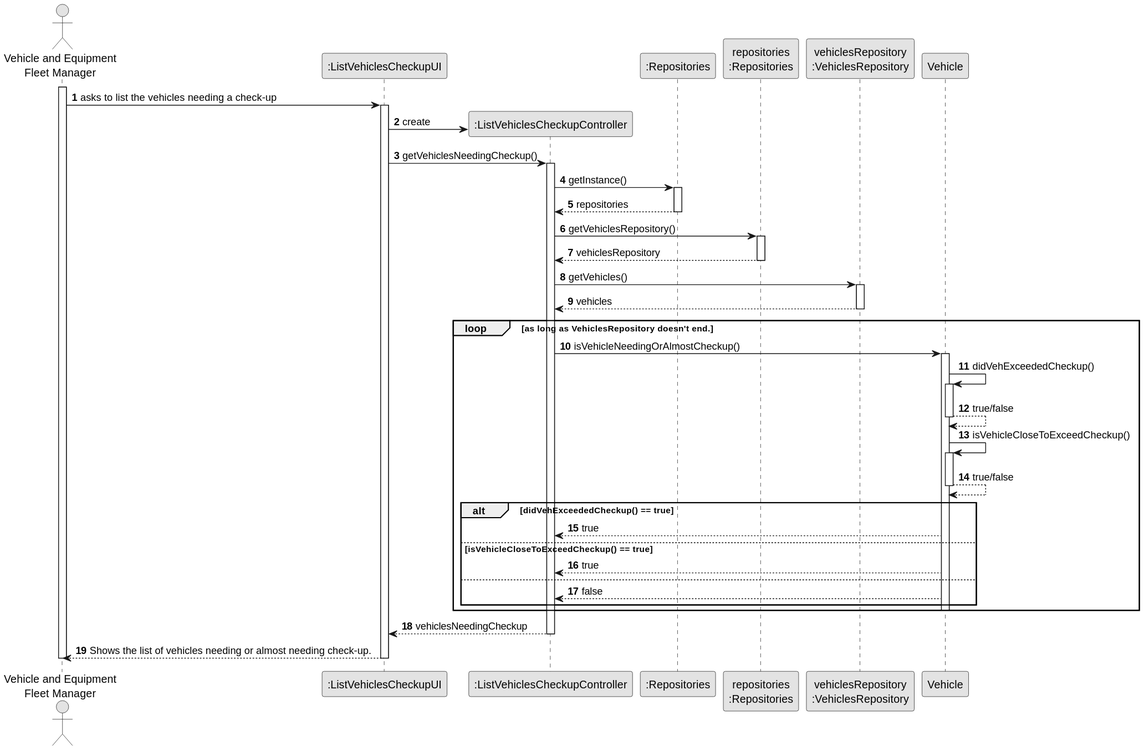
Before: docs/sprint2/us008/03.design/svg/us008-sequence-diagram-full.svg, a diagram exported from PlantUML (1231360-ISEP/lei-24-s2-1db-g021). Source of this version:
```plantuml
@startuml
skinparam monochrome true
skinparam packageStyle rectangle
skinparam shadowing false

autonumber

actor "Vehicle and Equipment\nFleet Manager" as ADM
participant ":ListVehiclesCheckupUI" as UI
participant ":ListVehiclesCheckupController" as CTRL
participant ":Repositories" as RepositorySingleton
participant "repositories\n:Repositories" as PLAT
participant "vehiclesRepository\n:VehiclesRepository" as VehRepo
participant "Vehicle" as Veh

activate ADM
    ADM -> UI : asks to list the vehicles needing a check-up

    activate UI
        UI -> CTRL** : create
        UI -> CTRL : getVehiclesNeedingCheckup()

        activate CTRL

            CTRL -> RepositorySingleton : getInstance()

            activate RepositorySingleton
                RepositorySingleton --> CTRL: repositories
            deactivate RepositorySingleton

            CTRL -> PLAT : getVehiclesRepository()

            activate PLAT
                PLAT --> CTRL: vehiclesRepository
            deactivate PLAT

            CTRL -> VehRepo : getVehicles()

            activate VehRepo
                VehRepo --> CTRL : vehicles
            deactivate VehRepo

            loop as long as VehiclesRepository doesn't end.

                CTRL -> Veh : isVehicleNeedingOrAlmostCheckup()

                activate Veh

                    Veh -> Veh : didVehExceededCheckup()
                    activate Veh
                        Veh --> Veh : true/false
                    deactivate Veh

                    Veh -> Veh : isVehicleCloseToExceedCheckup()

                    activate Veh
                        Veh --> Veh : true/false
                    deactivate Veh

                    alt didVehExceededCheckup() == true
                        Veh --> CTRL : true
                    else isVehicleCloseToExceedCheckup() == true
                        Veh --> CTRL : true
                    else
                        Veh --> CTRL : false
                    end

                deactivate Veh

            end

            CTRL --> UI : vehiclesNeedingCheckup
        deactivate CTRL

        UI --> ADM : Shows the list of vehicles needing or almost needing check-up.
    deactivate UI

deactivate ADM
@enduml
```
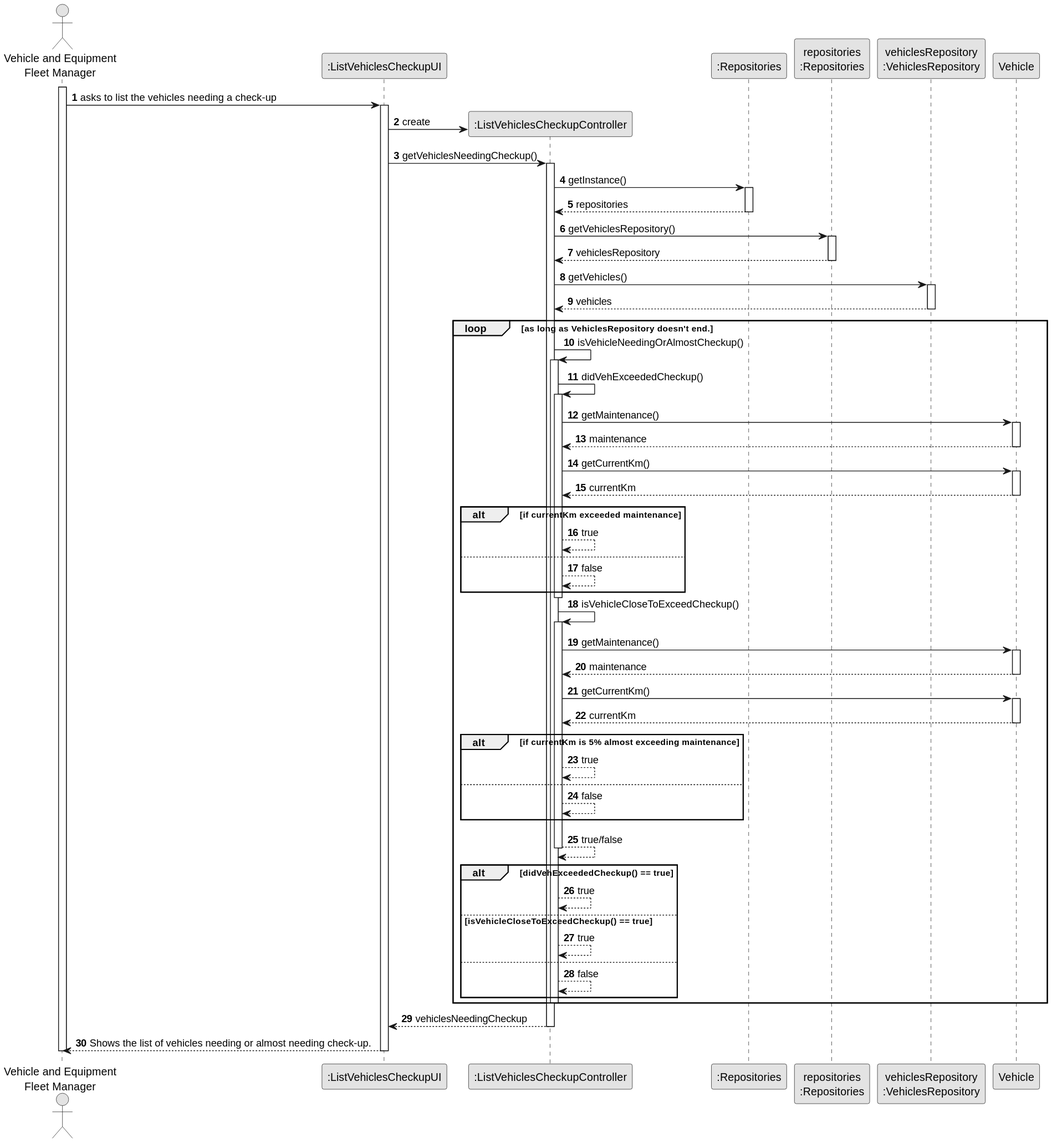
Above is the later version.

Commit message:
US004 - Updating sequence diagram.

The edit, as a diff of the source:
```diff
@@ -42,30 +42,61 @@
 
             loop as long as VehiclesRepository doesn't end.
 
-                CTRL -> Veh : isVehicleNeedingOrAlmostCheckup()
+                CTRL -> CTRL : isVehicleNeedingOrAlmostCheckup()
 
-                activate Veh
+                activate CTRL
 
-                    Veh -> Veh : didVehExceededCheckup()
-                    activate Veh
-                        Veh --> Veh : true/false
-                    deactivate Veh
+                    CTRL -> CTRL : didVehExceededCheckup()
+                    activate CTRL
 
-                    Veh -> Veh : isVehicleCloseToExceedCheckup()
+                        CTRL -> Veh : getMaintenance()
+                        activate Veh
+                            Veh --> CTRL : maintenance
+                        deactivate Veh
 
-                    activate Veh
-                        Veh --> Veh : true/false
-                    deactivate Veh
+                        CTRL -> Veh : getCurrentKm()
+                        activate Veh
+                            Veh --> CTRL : currentKm
+                        deactivate Veh
+
+                        alt if currentKm exceeded maintenance
+                            CTRL --> CTRL : true
+                        else
+                            CTRL --> CTRL : false
+                        end
+
+                    deactivate CTRL
+
+                    CTRL -> CTRL : isVehicleCloseToExceedCheckup()
+
+                    activate CTRL
+                        CTRL -> Veh : getMaintenance()
+                        activate Veh
+                            Veh --> CTRL : maintenance
+                        deactivate Veh
+
+                        CTRL -> Veh : getCurrentKm()
+                        activate Veh
+                            Veh --> CTRL : currentKm
+                        deactivate Veh
+
+                        alt if currentKm is 5% almost exceeding maintenance
+                            CTRL --> CTRL : true
+                        else
+                            CTRL --> CTRL : false
+                        end
+                        CTRL --> CTRL : true/false
+                    deactivate CTRL
 
                     alt didVehExceededCheckup() == true
-                        Veh --> CTRL : true
+                        CTRL --> CTRL : true
                     else isVehicleCloseToExceedCheckup() == true
-                        Veh --> CTRL : true
+                        CTRL --> CTRL : true
                     else
-                        Veh --> CTRL : false
+                        CTRL --> CTRL : false
                     end
 
-                deactivate Veh
+                deactivate CTRL
 
             end
 
```
